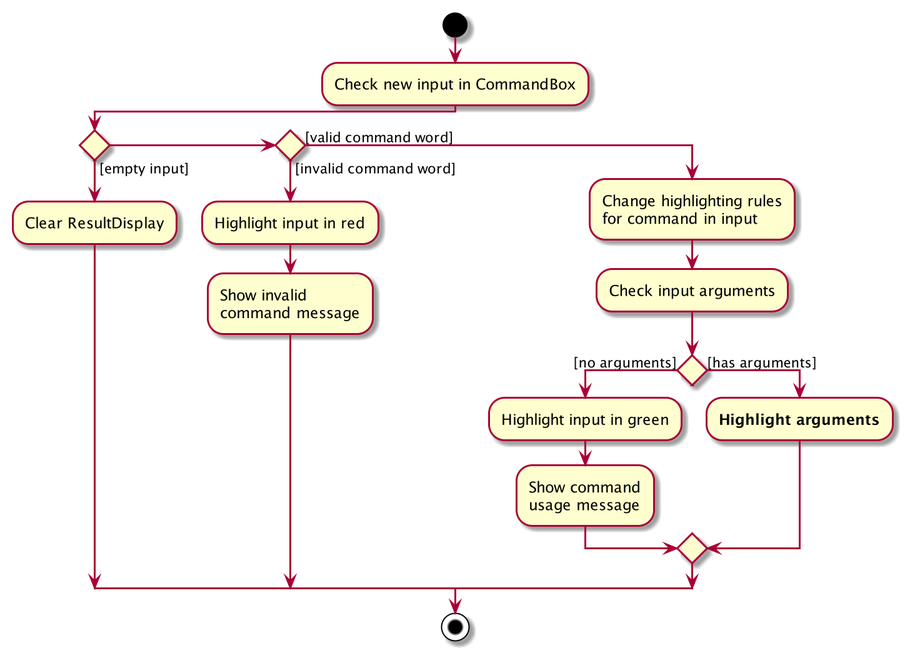
nus-cs2103-AY1920S2/addressbook-level3 keeps this PlantUML diagram as docs/images/SyntaxHighlightingActivityDiagram1.png. Above is the earlier version.
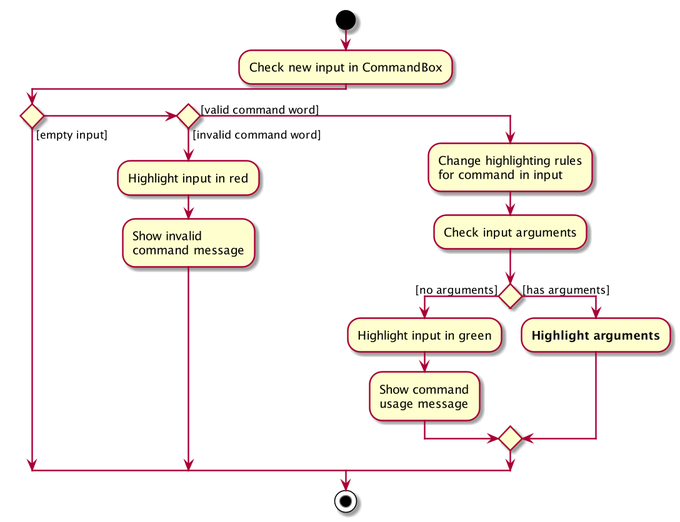
The same diagram one commit later.

The edit, as a diff of the source:
```diff
@@ -3,7 +3,6 @@
 :Check new input in CommandBox;
 
 if () then ([empty input])
-    :Clear ResultDisplay;
 
 else if () then ([invalid command word])
     :Highlight input in red;
```
